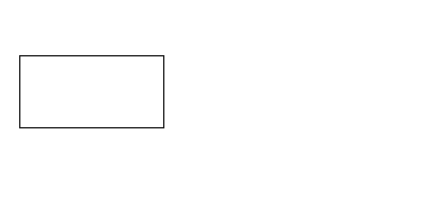
Before: Untitled Diagram.drawio in faugusto90/AWS.FileUploader, a draw.io diagram. Source tidied: cells renumbered, new cells numbered last; positions are measured from the earlier drawing's top-left corner, leaving out a move shared by most shapes. Both pictures are drawn from the tidied source at 120%, with x=0, y=0 at pixel (19, 55).
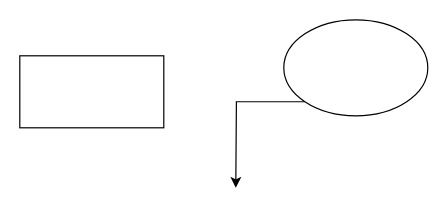
The same page after the edit.

The edit, as a diff of the source:
```diff
@@
 <mxGraphModel>
   <root>
     <mxCell id="0" />
     <mxCell id="1" parent="0" />
     <mxCell id="2" style="rounded=0;whiteSpace=wrap;html=1;" parent="1" vertex="1">
       <mxGeometry width="120" height="60" as="geometry" />
     </mxCell>
+    <mxCell id="3" style="edgeStyle=orthogonalEdgeStyle;rounded=0;jettySize=auto;html=1;exitX=0;exitY=1;exitDx=0;exitDy=0;" parent="1" edge="1" source="4">
+      <mxGeometry relative="1" as="geometry">
+        <mxPoint x="180" y="110" as="targetPoint" />
+      </mxGeometry>
+    </mxCell>
+    <mxCell id="4" style="ellipse;whiteSpace=wrap;html=1;" parent="1" vertex="1">
+      <mxGeometry x="220" y="-30" width="120" height="80" as="geometry" />
+    </mxCell>
   </root>
 </mxGraphModel>
```
